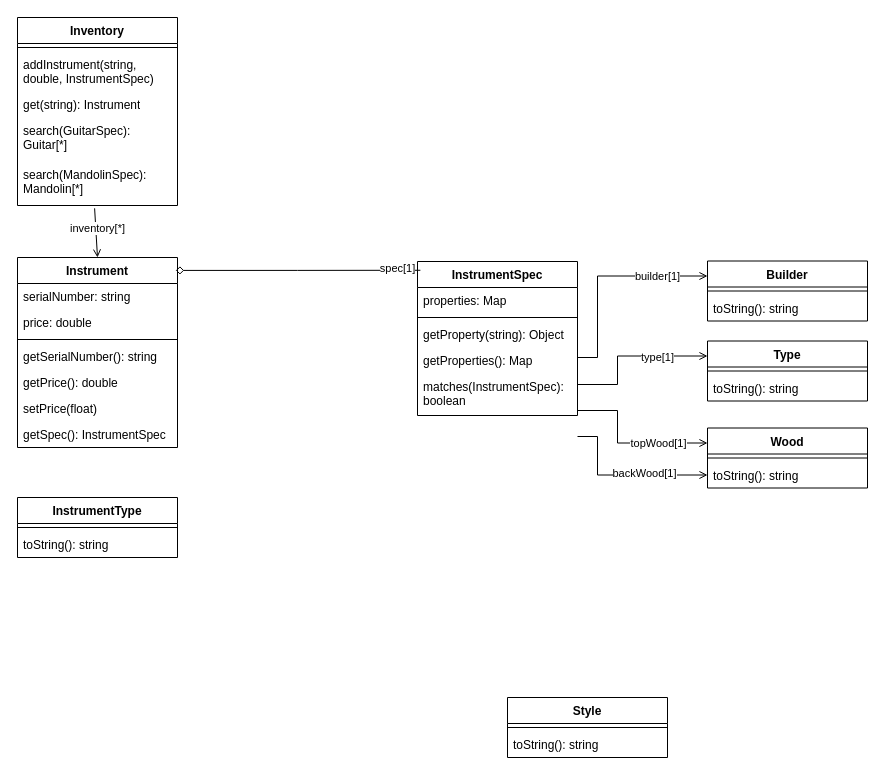
wfercanas/book-head-first-oop keeps this draw.io diagram as chapter5/part-II/diagrams/FlexibleInstruments.drawio. Above is the earlier version. Source tidied: cells renumbered, new cells numbered last; positions are measured from the earlier drawing's top-left corner, leaving out a move shared by most shapes. Both pictures are drawn from the tidied source at 100%, with x=0, y=0 at pixel (17, 17).
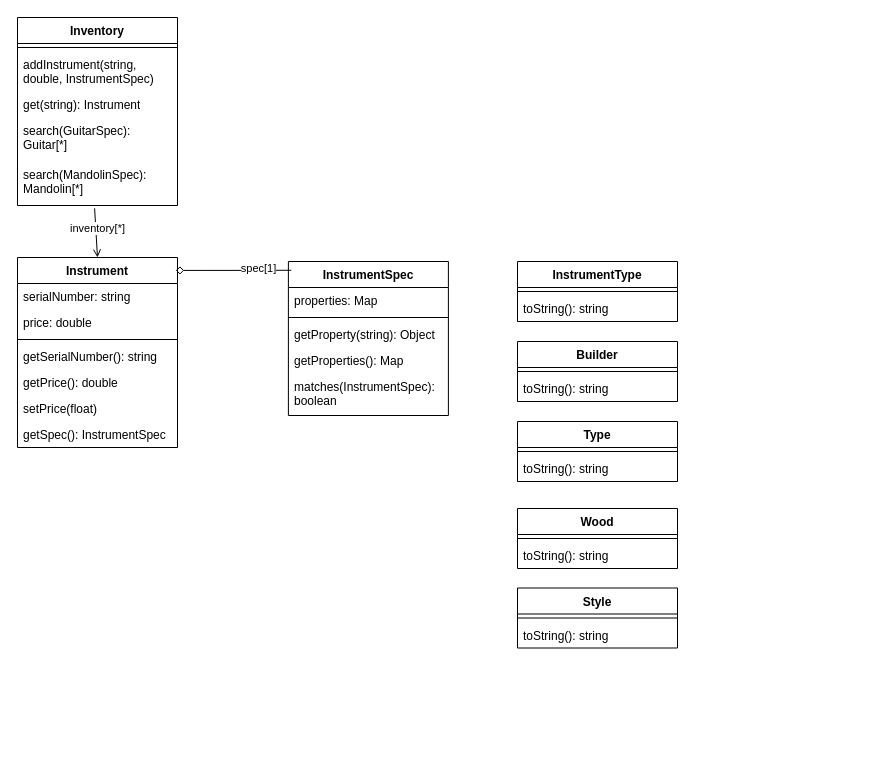
After the change.

Commit message:
feat: update class diagrams in chapter5 - part ii

The change refers to these unchanged cells:
```xml
<mxCell id="16" value="toString(): string" style="text;strokeColor=none;fillColor=none;align=left;verticalAlign=top;spacingLeft=4;spacingRight=4;overflow=hidden;points=[[0,0.5],[1,0.5]];portConstraint=eastwest;whiteSpace=wrap;html=1;" parent="14" vertex="1">
  <mxGeometry y="34" width="160" height="26" as="geometry" />
</mxCell>
<mxCell id="36" style="endArrow=none;html=1;rounded=0;exitX=0.989;exitY=0.068;exitDx=0;exitDy=0;exitPerimeter=0;entryX=0.018;entryY=0.057;entryDx=0;entryDy=0;entryPerimeter=0;edgeStyle=orthogonalEdgeStyle;startArrow=diamond;startFill=0;endFill=0;" parent="1" edge="1" source="17" target="30">
  <mxGeometry relative="1" as="geometry" />
</mxCell>
```

Change to the diagram source:
```diff
@@
     <mxCell id="8" value="Builder" style="swimlane;fontStyle=1;align=center;verticalAlign=top;horizontal=1;startSize=26;whiteSpace=wrap;html=1;" parent="1" vertex="1">
-      <mxGeometry x="690" y="243.5" width="160" height="60" as="geometry" />
+      <mxGeometry x="500" y="324" width="160" height="60" as="geometry" />
     </mxCell>
@@
     <mxCell id="11" value="Type" style="swimlane;fontStyle=1;align=center;verticalAlign=top;horizontal=1;startSize=26;whiteSpace=wrap;html=1;" parent="1" vertex="1">
-      <mxGeometry x="690" y="323.5" width="160" height="60" as="geometry" />
+      <mxGeometry x="500" y="404" width="160" height="60" as="geometry" />
     </mxCell>
@@
     <mxCell id="14" value="Wood" style="swimlane;fontStyle=1;align=center;verticalAlign=top;horizontal=1;startSize=26;whiteSpace=wrap;html=1;" parent="1" vertex="1">
-      <mxGeometry x="690" y="410.5" width="160" height="60" as="geometry" />
+      <mxGeometry x="500" y="491" width="160" height="60" as="geometry" />
     </mxCell>
@@
     <mxCell id="27" value="Style" style="swimlane;fontStyle=1;align=center;verticalAlign=top;horizontal=1;startSize=26;whiteSpace=wrap;html=1;" parent="1" vertex="1">
-      <mxGeometry x="490" y="680" width="160" height="60" as="geometry" />
+      <mxGeometry x="500" y="570.5" width="160" height="60" as="geometry" />
     </mxCell>
@@
     <mxCell id="30" value="InstrumentSpec" style="swimlane;fontStyle=1;align=center;verticalAlign=top;horizontal=1;startSize=26;whiteSpace=wrap;html=1;" parent="1" vertex="1">
-      <mxGeometry x="400" y="244" width="160" height="154" as="geometry" />
+      <mxGeometry x="270.9" y="244" width="160" height="154" as="geometry" />
     </mxCell>
@@
     <mxCell id="37" value="spec[1]" style="edgeLabel;html=1;align=center;verticalAlign=middle;" parent="36" vertex="1">
-      <mxGeometry x="0.81" y="2" relative="1" as="geometry" />
+      <mxGeometry x="0.81" y="2" relative="1" as="geometry">
+        <mxPoint x="-23" as="offset" />
+      </mxGeometry>
     </mxCell>
-    <mxCell id="38" style="endArrow=open;html=1;rounded=0;exitX=1;exitY=0.5;exitDx=0;exitDy=0;entryX=0;entryY=0.25;entryDx=0;entryDy=0;edgeStyle=orthogonalEdgeStyle;endFill=0;" parent="1" edge="1" target="8">
-      <mxGeometry relative="1" as="geometry">
-        <mxPoint x="560" y="340" as="sourcePoint" />
-        <Array as="points">
-          <mxPoint x="580" y="340" />
-          <mxPoint x="580" y="259" />
-        </Array>
-      </mxGeometry>
-    </mxCell>
-    <mxCell id="39" value="builder[1]" style="edgeLabel;html=1;align=center;verticalAlign=middle;" parent="38" vertex="1">
-      <mxGeometry x="0.52" relative="1" as="geometry" />
-    </mxCell>
-    <mxCell id="40" style="endArrow=open;html=1;rounded=0;entryX=0;entryY=0.25;entryDx=0;entryDy=0;exitX=1;exitY=0.5;exitDx=0;exitDy=0;edgeStyle=orthogonalEdgeStyle;endFill=0;" parent="1" edge="1" target="11">
-      <mxGeometry relative="1" as="geometry">
-        <mxPoint x="560" y="367" as="sourcePoint" />
-        <Array as="points">
-          <mxPoint x="600" y="367" />
-          <mxPoint x="600" y="339" />
-        </Array>
-      </mxGeometry>
-    </mxCell>
-    <mxCell id="41" value="type[1]" style="edgeLabel;html=1;align=center;verticalAlign=middle;" parent="40" vertex="1">
-      <mxGeometry x="0.25" y="1" relative="1" as="geometry">
-        <mxPoint x="9" y="2" as="offset" />
-      </mxGeometry>
-    </mxCell>
-    <mxCell id="42" style="endArrow=open;html=1;rounded=0;exitX=1;exitY=0.5;exitDx=0;exitDy=0;entryX=0;entryY=0.25;entryDx=0;entryDy=0;edgeStyle=orthogonalEdgeStyle;endFill=0;" parent="1" edge="1" target="14">
-      <mxGeometry relative="1" as="geometry">
-        <mxPoint x="560" y="393" as="sourcePoint" />
-        <Array as="points">
-          <mxPoint x="600" y="393" />
-          <mxPoint x="600" y="426" />
-        </Array>
-      </mxGeometry>
-    </mxCell>
-    <mxCell id="43" value="topWood[1]" style="edgeLabel;html=1;align=center;verticalAlign=middle;" parent="42" vertex="1">
-      <mxGeometry x="0.48" relative="1" as="geometry">
-        <mxPoint x="-7" as="offset" />
-      </mxGeometry>
-    </mxCell>
-    <mxCell id="44" style="endArrow=open;html=1;rounded=0;exitX=1;exitY=0.5;exitDx=0;exitDy=0;entryX=0;entryY=0.5;entryDx=0;entryDy=0;edgeStyle=orthogonalEdgeStyle;endFill=0;" parent="1" edge="1" target="16">
-      <mxGeometry relative="1" as="geometry">
-        <mxPoint x="560" y="419" as="sourcePoint" />
-        <Array as="points">
-          <mxPoint x="580" y="419" />
-          <mxPoint x="580" y="458" />
-        </Array>
-      </mxGeometry>
-    </mxCell>
-    <mxCell id="45" value="backWood[1]" style="edgeLabel;html=1;align=center;verticalAlign=middle;" parent="44" vertex="1">
-      <mxGeometry x="0.25" y="1" relative="1" as="geometry">
-        <mxPoint y="-1" as="offset" />
-      </mxGeometry>
-    </mxCell>
     <mxCell id="46" value="InstrumentType" style="swimlane;fontStyle=1;align=center;verticalAlign=top;horizontal=1;startSize=26;whiteSpace=wrap;html=1;" parent="1" vertex="1">
-      <mxGeometry y="480" width="160" height="60" as="geometry" />
+      <mxGeometry x="500" y="244" width="160" height="60" as="geometry" />
     </mxCell>
```
